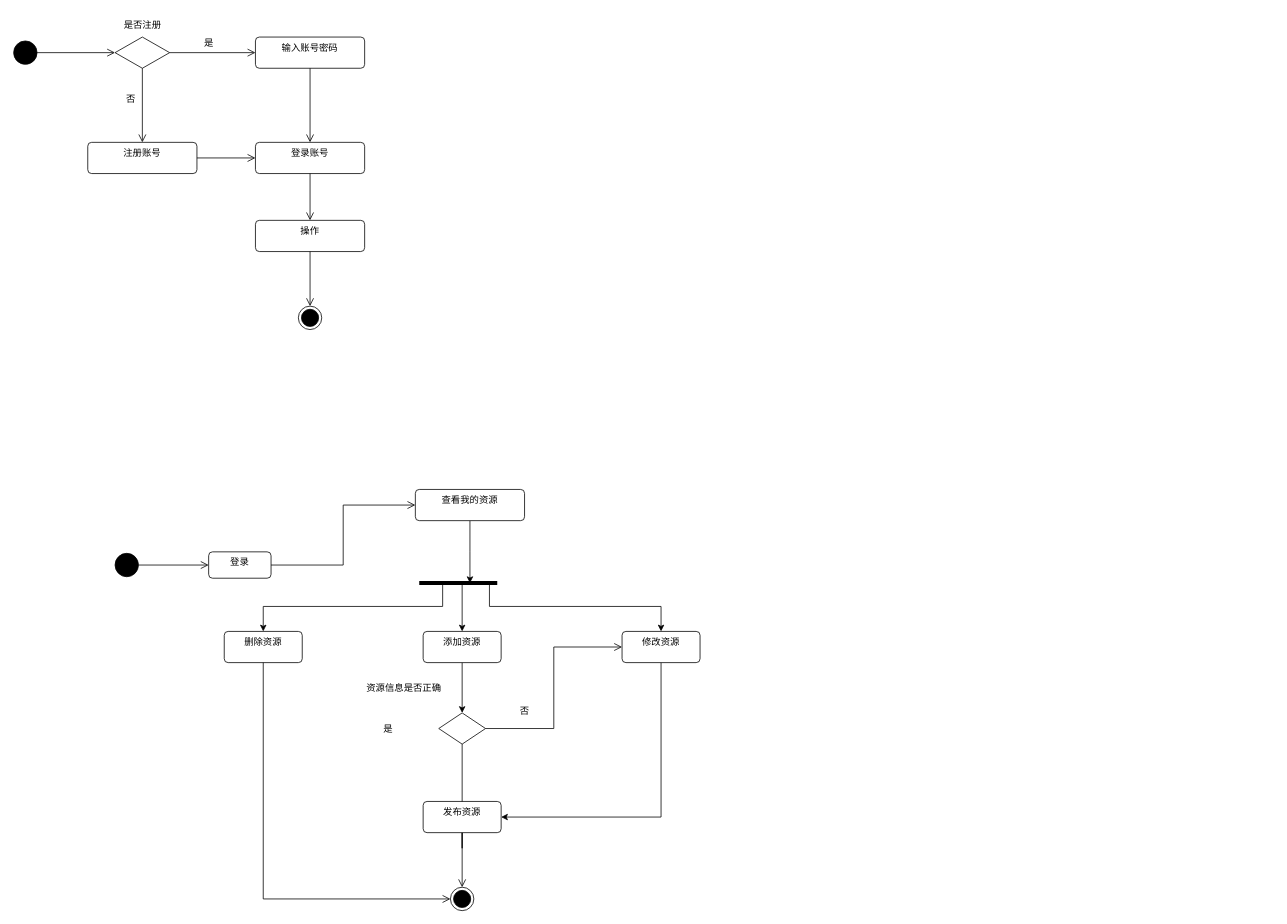
xiaoguokf/draw.io keeps this draw.io diagram as 毕设/活动图.drawio. Above is the earlier version. Source tidied: cells renumbered, new cells numbered last; positions are measured from the earlier drawing's top-left corner, leaving out a move shared by most shapes. Both pictures are drawn from the tidied source at 78%, with x=0, y=0 at pixel (13, 13).
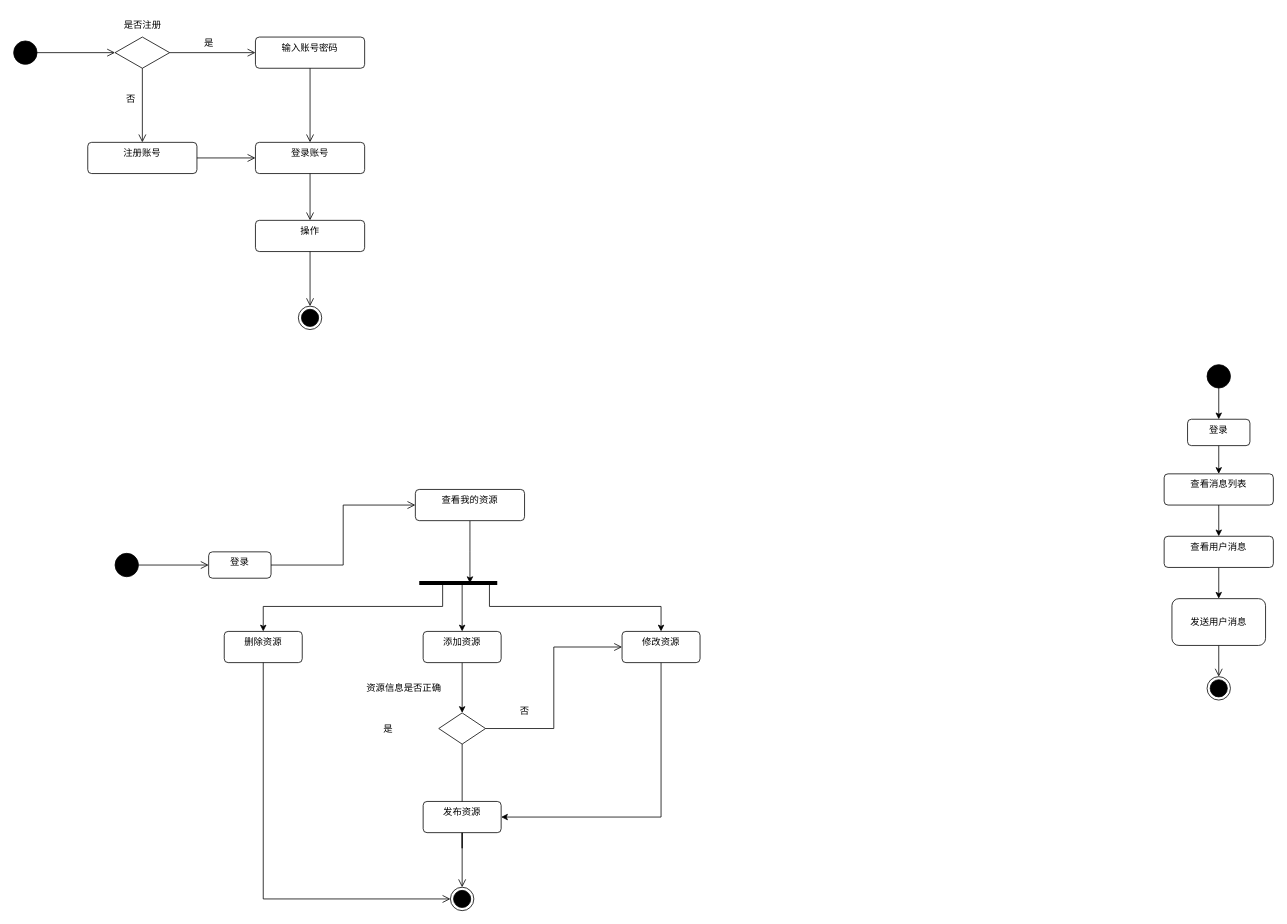
The same diagram, later.

Commit message (it also covers changes not shown here):
更新活动图.drawio

Diff of the diagram source:
```diff
@@
+    <mxCell id="44" style="edgeStyle=orthogonalEdgeStyle;rounded=0;jettySize=auto;html=1;exitX=0.5;exitY=1;exitDx=0;exitDy=0;entryX=0.5;entryY=0;entryDx=0;entryDy=0;" parent="1" edge="1" source="45" target="50">
+      <mxGeometry relative="1" as="geometry" />
+    </mxCell>
+    <mxCell id="45" style="ellipse;fillColor=strokeColor;html=1;" parent="1" vertex="1">
+      <mxGeometry x="1530" y="450" width="30" height="30" as="geometry" />
+    </mxCell>
+    <mxCell id="46" style="ellipse;html=1;shape=endState;fillColor=strokeColor;" parent="1" vertex="1">
+      <mxGeometry x="1530" y="850" width="30" height="30" as="geometry" />
+    </mxCell>
+    <mxCell id="47" style="edgeStyle=orthogonalEdgeStyle;rounded=0;jettySize=auto;html=1;exitX=0.5;exitY=1;exitDx=0;exitDy=0;" parent="1" edge="1" source="48" target="53">
+      <mxGeometry relative="1" as="geometry" />
+    </mxCell>
+    <mxCell id="48" value="查看消息列表" style="html=1;align=center;verticalAlign=top;rounded=1;absoluteArcSize=1;arcSize=10;dashed=0;whiteSpace=wrap;" parent="1" vertex="1">
+      <mxGeometry x="1475" y="590" width="140" height="40" as="geometry" />
+    </mxCell>
+    <mxCell id="49" style="edgeStyle=orthogonalEdgeStyle;rounded=0;jettySize=auto;html=1;exitX=0.5;exitY=1;exitDx=0;exitDy=0;entryX=0.5;entryY=0;entryDx=0;entryDy=0;" parent="1" edge="1" source="50" target="48">
+      <mxGeometry relative="1" as="geometry" />
+    </mxCell>
+    <mxCell id="50" value="登录" style="html=1;align=center;verticalAlign=top;rounded=1;absoluteArcSize=1;arcSize=10;dashed=0;whiteSpace=wrap;" parent="1" vertex="1">
+      <mxGeometry x="1505" y="520" width="80" height="33.8" as="geometry" />
+    </mxCell>
+    <mxCell id="51" style="endArrow=open;startArrow=none;endFill=0;startFill=0;endSize=8;html=1;verticalAlign=bottom;labelBackgroundColor=none;strokeWidth=1;rounded=0;entryX=0.5;entryY=0;entryDx=0;entryDy=0;exitX=0.5;exitY=1;exitDx=0;exitDy=0;" parent="1" edge="1" source="54" target="46">
+      <mxGeometry relative="1" as="geometry" />
+    </mxCell>
+    <mxCell id="52" style="edgeStyle=orthogonalEdgeStyle;rounded=0;jettySize=auto;html=1;exitX=0.5;exitY=1;exitDx=0;exitDy=0;entryX=0.5;entryY=0;entryDx=0;entryDy=0;" parent="1" edge="1" source="53" target="54">
+      <mxGeometry relative="1" as="geometry" />
+    </mxCell>
+    <mxCell id="53" value="查看用户消息" style="html=1;align=center;verticalAlign=top;rounded=1;absoluteArcSize=1;arcSize=10;dashed=0;whiteSpace=wrap;" parent="1" vertex="1">
+      <mxGeometry x="1475" y="670" width="140" height="40" as="geometry" />
+    </mxCell>
+    <mxCell id="54" value="发送用户消息" style="rounded=1;whiteSpace=wrap;html=1;" parent="1" vertex="1">
+      <mxGeometry x="1485" y="750" width="120" height="60" as="geometry" />
+    </mxCell>
```
